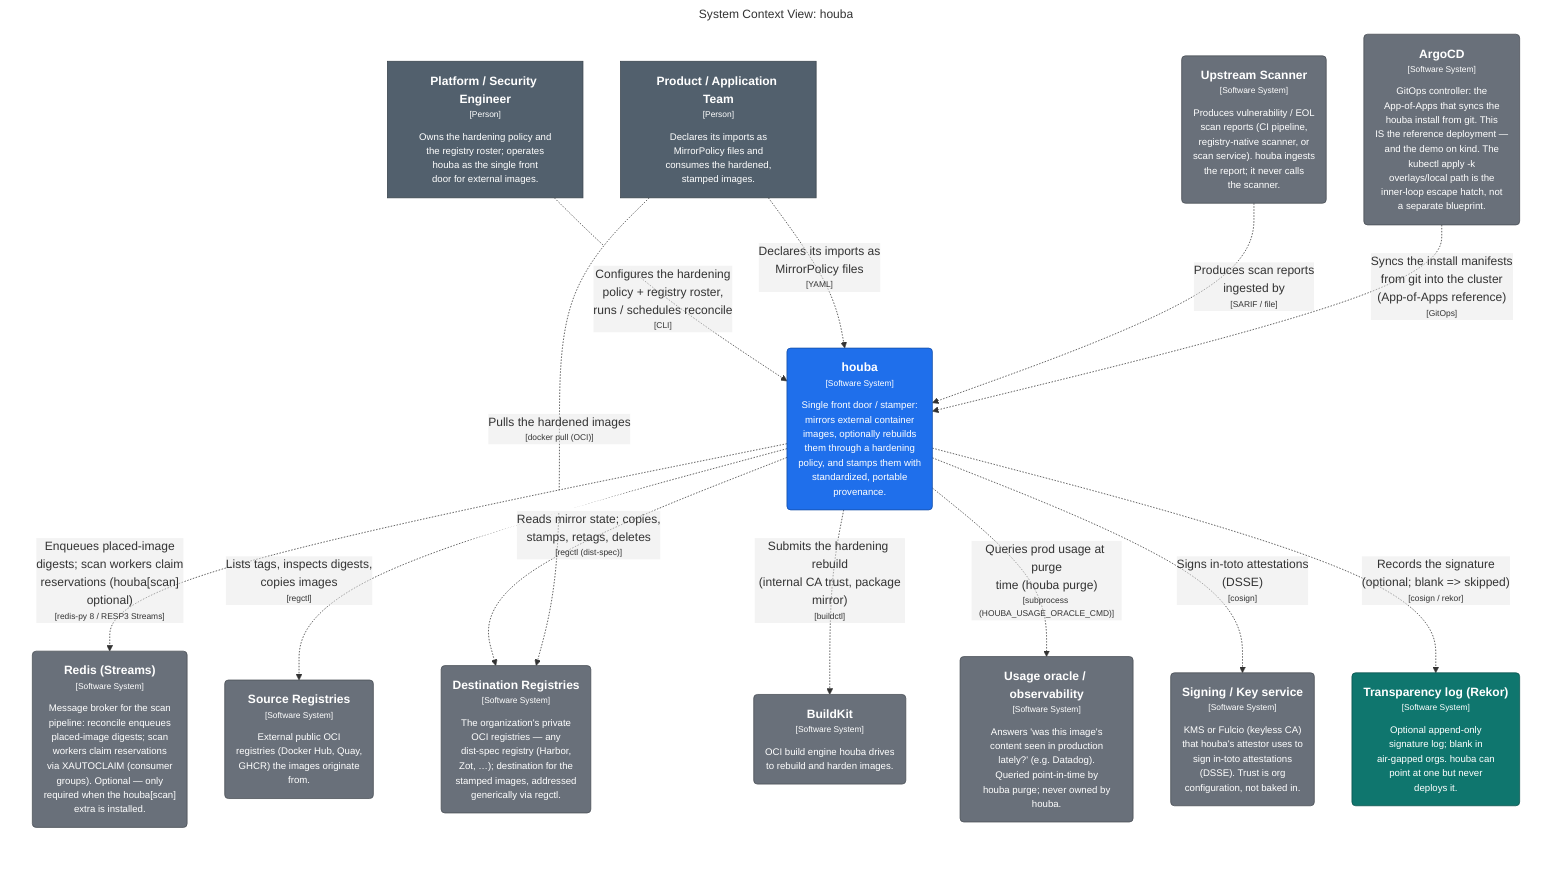
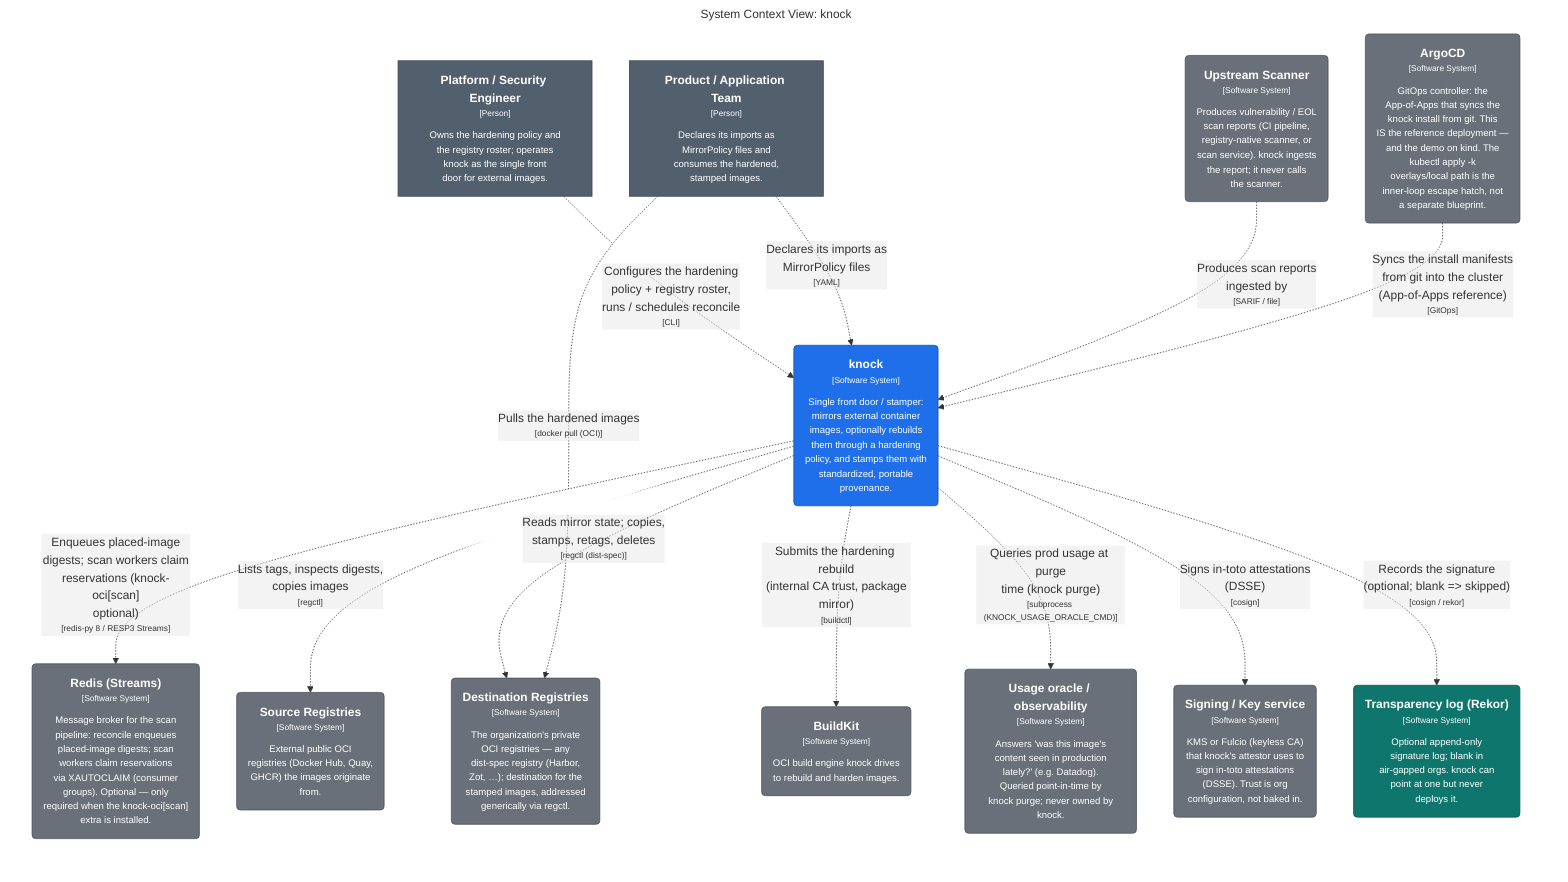
graph LR
  linkStyle default fill:#ffffff

-   subgraph diagram ["System Context View: houba"]
+   subgraph diagram ["System Context View: knock"]
    style diagram fill:#ffffff,stroke:#ffffff

-     1["<div style='font-weight: bold'>Platform / Security Engineer</div><div style='font-size: 70%; margin-top: 0px'>[Person]</div><div style='font-size: 80%; margin-top:10px'>Owns the hardening policy and<br />the registry roster; operates<br />houba as the single front<br />door for external images.</div>"]
+     1["<div style='font-weight: bold'>Platform / Security Engineer</div><div style='font-size: 70%; margin-top: 0px'>[Person]</div><div style='font-size: 80%; margin-top:10px'>Owns the hardening policy and<br />the registry roster; operates<br />knock as the single front<br />door for external images.</div>"]
    style 1 fill:#52606d,stroke:#39434c,color:#ffffff
    2["<div style='font-weight: bold'>Product / Application Team</div><div style='font-size: 70%; margin-top: 0px'>[Person]</div><div style='font-size: 80%; margin-top:10px'>Declares its imports as<br />MirrorPolicy files and<br />consumes the hardened,<br />stamped images.</div>"]
    style 2 fill:#52606d,stroke:#39434c,color:#ffffff
-     4("<div style='font-weight: bold'>houba</div><div style='font-size: 70%; margin-top: 0px'>[Software System]</div><div style='font-size: 80%; margin-top:10px'>Single front door / stamper:<br />mirrors external container<br />images, optionally rebuilds<br />them through a hardening<br />policy, and stamps them with<br />standardized, portable<br />provenance.</div>")
+     4("<div style='font-weight: bold'>knock</div><div style='font-size: 70%; margin-top: 0px'>[Software System]</div><div style='font-size: 80%; margin-top:10px'>Single front door / stamper:<br />mirrors external container<br />images, optionally rebuilds<br />them through a hardening<br />policy, and stamps them with<br />standardized, portable<br />provenance.</div>")
    style 4 fill:#1f6feb,stroke:#154da4,color:#ffffff
-     58("<div style='font-weight: bold'>Redis (Streams)</div><div style='font-size: 70%; margin-top: 0px'>[Software System]</div><div style='font-size: 80%; margin-top:10px'>Message broker for the scan<br />pipeline: reconcile enqueues<br />placed-image digests; scan<br />workers claim reservations<br />via XAUTOCLAIM (consumer<br />groups). Optional — only<br />required when the houba[scan]<br />extra is installed.</div>")
+     58("<div style='font-weight: bold'>Redis (Streams)</div><div style='font-size: 70%; margin-top: 0px'>[Software System]</div><div style='font-size: 80%; margin-top:10px'>Message broker for the scan<br />pipeline: reconcile enqueues<br />placed-image digests; scan<br />workers claim reservations<br />via XAUTOCLAIM (consumer<br />groups). Optional — only<br />required when the knock-oci[scan]<br />extra is installed.</div>")
    style 58 fill:#69707a,stroke:#494e55,color:#ffffff
    59("<div style='font-weight: bold'>Source Registries</div><div style='font-size: 70%; margin-top: 0px'>[Software System]</div><div style='font-size: 80%; margin-top:10px'>External public OCI<br />registries (Docker Hub, Quay,<br />GHCR) the images originate<br />from.</div>")
    style 59 fill:#69707a,stroke:#494e55,color:#ffffff
    60("<div style='font-weight: bold'>Destination Registries</div><div style='font-size: 70%; margin-top: 0px'>[Software System]</div><div style='font-size: 80%; margin-top:10px'>The organization's private<br />OCI registries — any<br />dist-spec registry (Harbor,<br />Zot, …); destination for the<br />stamped images, addressed<br />generically via regctl.</div>")
    style 60 fill:#69707a,stroke:#494e55,color:#ffffff
-     61("<div style='font-weight: bold'>BuildKit</div><div style='font-size: 70%; margin-top: 0px'>[Software System]</div><div style='font-size: 80%; margin-top:10px'>OCI build engine houba drives<br />to rebuild and harden images.</div>")
+     61("<div style='font-weight: bold'>BuildKit</div><div style='font-size: 70%; margin-top: 0px'>[Software System]</div><div style='font-size: 80%; margin-top:10px'>OCI build engine knock drives<br />to rebuild and harden images.</div>")
    style 61 fill:#69707a,stroke:#494e55,color:#ffffff
-     65("<div style='font-weight: bold'>Usage oracle / observability</div><div style='font-size: 70%; margin-top: 0px'>[Software System]</div><div style='font-size: 80%; margin-top:10px'>Answers 'was this image's<br />content seen in production<br />lately?' (e.g. Datadog).<br />Queried point-in-time by<br />houba purge; never owned by<br />houba.</div>")
+     65("<div style='font-weight: bold'>Usage oracle / observability</div><div style='font-size: 70%; margin-top: 0px'>[Software System]</div><div style='font-size: 80%; margin-top:10px'>Answers 'was this image's<br />content seen in production<br />lately?' (e.g. Datadog).<br />Queried point-in-time by<br />knock purge; never owned by<br />knock.</div>")
    style 65 fill:#69707a,stroke:#494e55,color:#ffffff
-     66("<div style='font-weight: bold'>Signing / Key service</div><div style='font-size: 70%; margin-top: 0px'>[Software System]</div><div style='font-size: 80%; margin-top:10px'>KMS or Fulcio (keyless CA)<br />that houba's attestor uses to<br />sign in-toto attestations<br />(DSSE). Trust is org<br />configuration, not baked in.</div>")
+     66("<div style='font-weight: bold'>Signing / Key service</div><div style='font-size: 70%; margin-top: 0px'>[Software System]</div><div style='font-size: 80%; margin-top:10px'>KMS or Fulcio (keyless CA)<br />that knock's attestor uses to<br />sign in-toto attestations<br />(DSSE). Trust is org<br />configuration, not baked in.</div>")
    style 66 fill:#69707a,stroke:#494e55,color:#ffffff
-     67("<div style='font-weight: bold'>Transparency log (Rekor)</div><div style='font-size: 70%; margin-top: 0px'>[Software System]</div><div style='font-size: 80%; margin-top:10px'>Optional append-only<br />signature log; blank in<br />air-gapped orgs. houba can<br />point at one but never<br />deploys it.</div>")
+     67("<div style='font-weight: bold'>Transparency log (Rekor)</div><div style='font-size: 70%; margin-top: 0px'>[Software System]</div><div style='font-size: 80%; margin-top:10px'>Optional append-only<br />signature log; blank in<br />air-gapped orgs. knock can<br />point at one but never<br />deploys it.</div>")
    style 67 fill:#0f766e,stroke:#0a524d,color:#ffffff
-     68("<div style='font-weight: bold'>Upstream Scanner</div><div style='font-size: 70%; margin-top: 0px'>[Software System]</div><div style='font-size: 80%; margin-top:10px'>Produces vulnerability / EOL<br />scan reports (CI pipeline,<br />registry-native scanner, or<br />scan service). houba ingests<br />the report; it never calls<br />the scanner.</div>")
+     68("<div style='font-weight: bold'>Upstream Scanner</div><div style='font-size: 70%; margin-top: 0px'>[Software System]</div><div style='font-size: 80%; margin-top:10px'>Produces vulnerability / EOL<br />scan reports (CI pipeline,<br />registry-native scanner, or<br />scan service). knock ingests<br />the report; it never calls<br />the scanner.</div>")
    style 68 fill:#69707a,stroke:#494e55,color:#ffffff
-     69("<div style='font-weight: bold'>ArgoCD</div><div style='font-size: 70%; margin-top: 0px'>[Software System]</div><div style='font-size: 80%; margin-top:10px'>GitOps controller: the<br />App-of-Apps that syncs the<br />houba install from git. This<br />IS the reference deployment —<br />and the demo on kind. The<br />kubectl apply -k<br />overlays/local path is the<br />inner-loop escape hatch, not<br />a separate blueprint.</div>")
+     69("<div style='font-weight: bold'>ArgoCD</div><div style='font-size: 70%; margin-top: 0px'>[Software System]</div><div style='font-size: 80%; margin-top:10px'>GitOps controller: the<br />App-of-Apps that syncs the<br />knock install from git. This<br />IS the reference deployment —<br />and the demo on kind. The<br />kubectl apply -k<br />overlays/local path is the<br />inner-loop escape hatch, not<br />a separate blueprint.</div>")
    style 69 fill:#69707a,stroke:#494e55,color:#ffffff

    1-. "<div>Configures the hardening<br />policy + registry roster,<br />runs / schedules reconcile</div><div style='font-size: 70%'>[CLI]</div>" .->4
    2-. "<div>Declares its imports as<br />MirrorPolicy files</div><div style='font-size: 70%'>[YAML]</div>" .->4
    4-. "<div>Lists tags, inspects digests,<br />copies images</div><div style='font-size: 70%'>[regctl]</div>" .->59
    4-. "<div>Reads mirror state; copies,<br />stamps, retags, deletes</div><div style='font-size: 70%'>[regctl (dist-spec)]</div>" .->60
    4-. "<div>Submits the hardening rebuild<br />(internal CA trust, package<br />mirror)</div><div style='font-size: 70%'>[buildctl]</div>" .->61
    2-. "<div>Pulls the hardened images</div><div style='font-size: 70%'>[docker pull (OCI)]</div>" .->60
-     4-. "<div>Queries prod usage at purge<br />time (houba purge)</div><div style='font-size: 70%'>[subprocess (HOUBA_USAGE_ORACLE_CMD)]</div>" .->65
+     4-. "<div>Queries prod usage at purge<br />time (knock purge)</div><div style='font-size: 70%'>[subprocess (KNOCK_USAGE_ORACLE_CMD)]</div>" .->65
    4-. "<div>Signs in-toto attestations<br />(DSSE)</div><div style='font-size: 70%'>[cosign]</div>" .->66
    4-. "<div>Records the signature<br />(optional; blank => skipped)</div><div style='font-size: 70%'>[cosign / rekor]</div>" .->67
    68-. "<div>Produces scan reports<br />ingested by</div><div style='font-size: 70%'>[SARIF / file]</div>" .->4
-     4-. "<div>Enqueues placed-image<br />digests; scan workers claim<br />reservations (houba[scan]<br />optional)</div><div style='font-size: 70%'>[redis-py 8 / RESP3 Streams]</div>" .->58
+     4-. "<div>Enqueues placed-image<br />digests; scan workers claim<br />reservations (knock-oci[scan]<br />optional)</div><div style='font-size: 70%'>[redis-py 8 / RESP3 Streams]</div>" .->58
    69-. "<div>Syncs the install manifests<br />from git into the cluster<br />(App-of-Apps reference)</div><div style='font-size: 70%'>[GitOps]</div>" .->4

  end